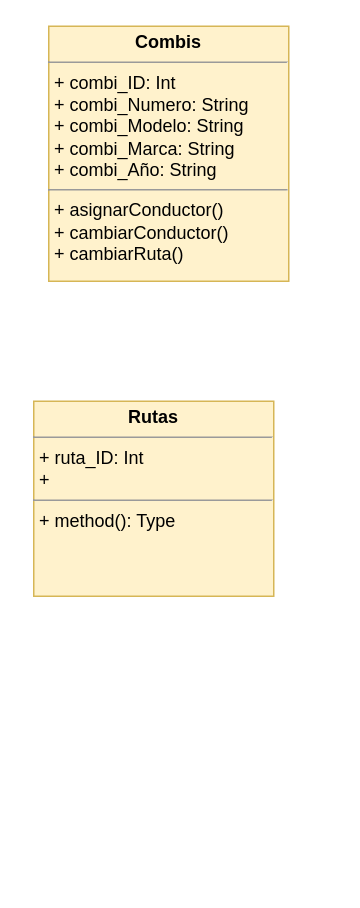
This is Diagrama.drawio from PatrickCT/traccar, a draw.io file, before an edit. Source tidied: cells renumbered, new cells numbered last; positions are measured from the earlier drawing's top-left corner, leaving out a move shared by most shapes. Both pictures are drawn from the tidied source at 150%, with x=0, y=0 at pixel (33, 26).
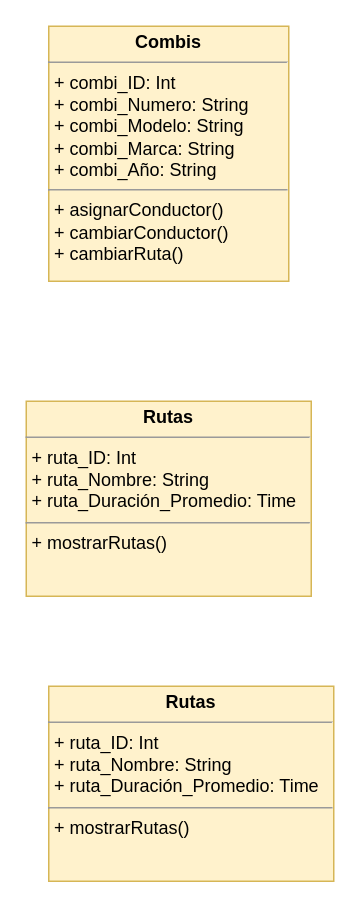
The same page after the edit.

Diff of the diagram source:
```diff
@@
 <mxGraphModel>
   <root>
     <mxCell id="0" />
     <mxCell id="1" parent="0" />
     <mxCell id="2" value="&lt;p style=&quot;margin:0px;margin-top:4px;text-align:center;&quot;&gt;&lt;b&gt;Combis&lt;/b&gt;&lt;/p&gt;&lt;hr size=&quot;1&quot;&gt;&lt;p style=&quot;margin:0px;margin-left:4px;&quot;&gt;+ combi_ID: Int&lt;/p&gt;&lt;p style=&quot;margin:0px;margin-left:4px;&quot;&gt;+ combi_Numero: String&lt;/p&gt;&lt;p style=&quot;margin:0px;margin-left:4px;&quot;&gt;+ combi_Modelo: String&lt;/p&gt;&lt;p style=&quot;margin:0px;margin-left:4px;&quot;&gt;+ combi_Marca: String&lt;/p&gt;&lt;p style=&quot;margin:0px;margin-left:4px;&quot;&gt;+ combi_Año: String&lt;/p&gt;&lt;hr size=&quot;1&quot;&gt;&lt;p style=&quot;margin:0px;margin-left:4px;&quot;&gt;+ asignarConductor()&lt;/p&gt;&lt;p style=&quot;margin:0px;margin-left:4px;&quot;&gt;+ cambiarConductor()&lt;/p&gt;&lt;p style=&quot;margin:0px;margin-left:4px;&quot;&gt;+ cambiarRuta()&lt;/p&gt;" style="verticalAlign=top;align=left;overflow=fill;fontSize=12;fontFamily=Helvetica;html=1;fillColor=#fff2cc;strokeColor=#d6b656;fontColor=#000000;" parent="1" vertex="1">
       <mxGeometry x="10" width="160" height="170" as="geometry" />
     </mxCell>
-    <mxCell id="3" value="&lt;p style=&quot;margin:0px;margin-top:4px;text-align:center;&quot;&gt;&lt;b&gt;Rutas&lt;/b&gt;&lt;/p&gt;&lt;hr size=&quot;1&quot;&gt;&lt;p style=&quot;margin:0px;margin-left:4px;&quot;&gt;+ ruta_ID: Int&lt;br&gt;&lt;/p&gt;&lt;p style=&quot;margin:0px;margin-left:4px;&quot;&gt;+&lt;/p&gt;&lt;hr size=&quot;1&quot;&gt;&lt;p style=&quot;margin:0px;margin-left:4px;&quot;&gt;+ method(): Type&lt;/p&gt;" style="verticalAlign=top;align=left;overflow=fill;fontSize=12;fontFamily=Helvetica;html=1;fillColor=#fff2cc;strokeColor=#d6b656;fontColor=#000000;" parent="1" vertex="1">
-      <mxGeometry y="250" width="160" height="130" as="geometry" />
+    <mxCell id="3" value="&lt;p style=&quot;margin:0px;margin-top:4px;text-align:center;&quot;&gt;&lt;b&gt;Rutas&lt;/b&gt;&lt;/p&gt;&lt;hr size=&quot;1&quot;&gt;&lt;p style=&quot;margin:0px;margin-left:4px;&quot;&gt;+ ruta_ID: Int&lt;br&gt;&lt;/p&gt;&lt;p style=&quot;margin:0px;margin-left:4px;&quot;&gt;+ ruta_Nombre: String&lt;/p&gt;&lt;p style=&quot;margin:0px;margin-left:4px;&quot;&gt;+ ruta_Duración_Promedio: Time&lt;/p&gt;&lt;hr size=&quot;1&quot;&gt;&lt;p style=&quot;margin:0px;margin-left:4px;&quot;&gt;+ mostrarRutas()&lt;/p&gt;" style="verticalAlign=top;align=left;overflow=fill;fontSize=12;fontFamily=Helvetica;html=1;fillColor=#fff2cc;strokeColor=#d6b656;fontColor=#000000;" parent="1" vertex="1">
+      <mxGeometry x="-5" y="250" width="190" height="130" as="geometry" />
     </mxCell>
+    <mxCell id="4" value="&lt;p style=&quot;margin:0px;margin-top:4px;text-align:center;&quot;&gt;&lt;b&gt;Rutas&lt;/b&gt;&lt;/p&gt;&lt;hr size=&quot;1&quot;&gt;&lt;p style=&quot;margin:0px;margin-left:4px;&quot;&gt;+ ruta_ID: Int&lt;br&gt;&lt;/p&gt;&lt;p style=&quot;margin:0px;margin-left:4px;&quot;&gt;+ ruta_Nombre: String&lt;/p&gt;&lt;p style=&quot;margin:0px;margin-left:4px;&quot;&gt;+ ruta_Duración_Promedio: Time&lt;/p&gt;&lt;hr size=&quot;1&quot;&gt;&lt;p style=&quot;margin:0px;margin-left:4px;&quot;&gt;+ mostrarRutas()&lt;/p&gt;" style="verticalAlign=top;align=left;overflow=fill;fontSize=12;fontFamily=Helvetica;html=1;fillColor=#fff2cc;strokeColor=#d6b656;fontColor=#000000;" parent="1" vertex="1">
+      <mxGeometry x="10" y="440" width="190" height="130" as="geometry" />
+    </mxCell>
   </root>
 </mxGraphModel>
```
